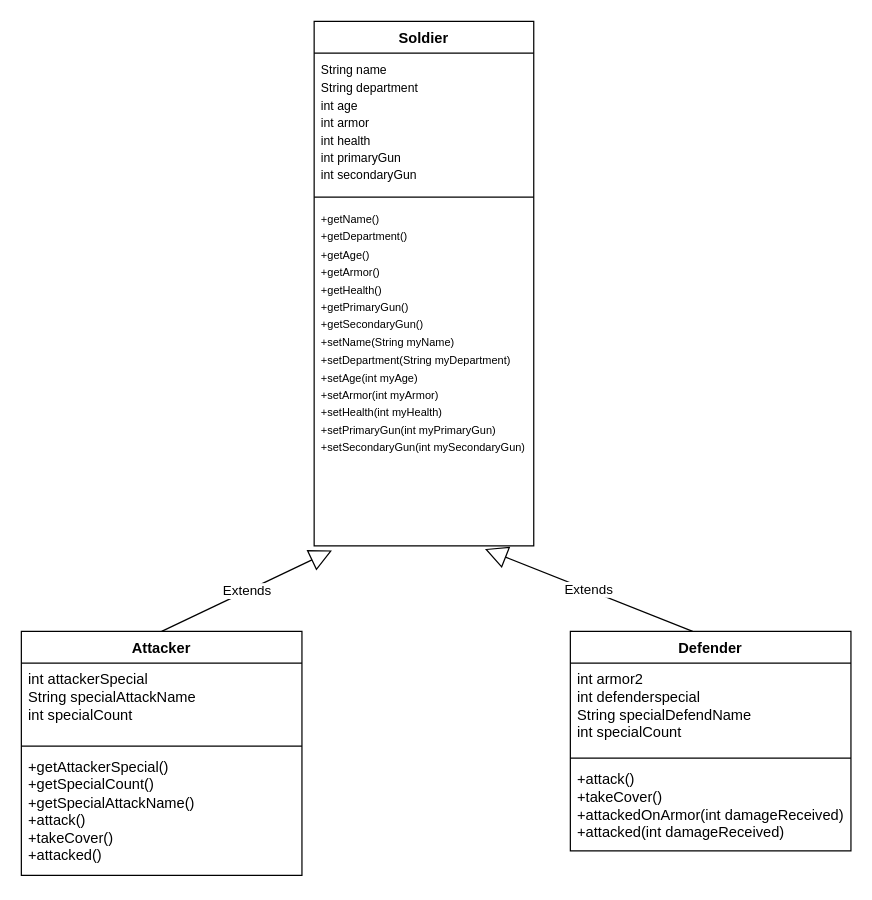
This is Untitled Diagram.drawio from yushika-j/MyWorkspace, a draw.io file, before an edit. Source tidied: cells renumbered, new cells numbered last; positions are measured from the earlier drawing's top-left corner, leaving out a move shared by most shapes. Both pictures are drawn from the tidied source at 122%, with x=0, y=0 at pixel (21, 21).
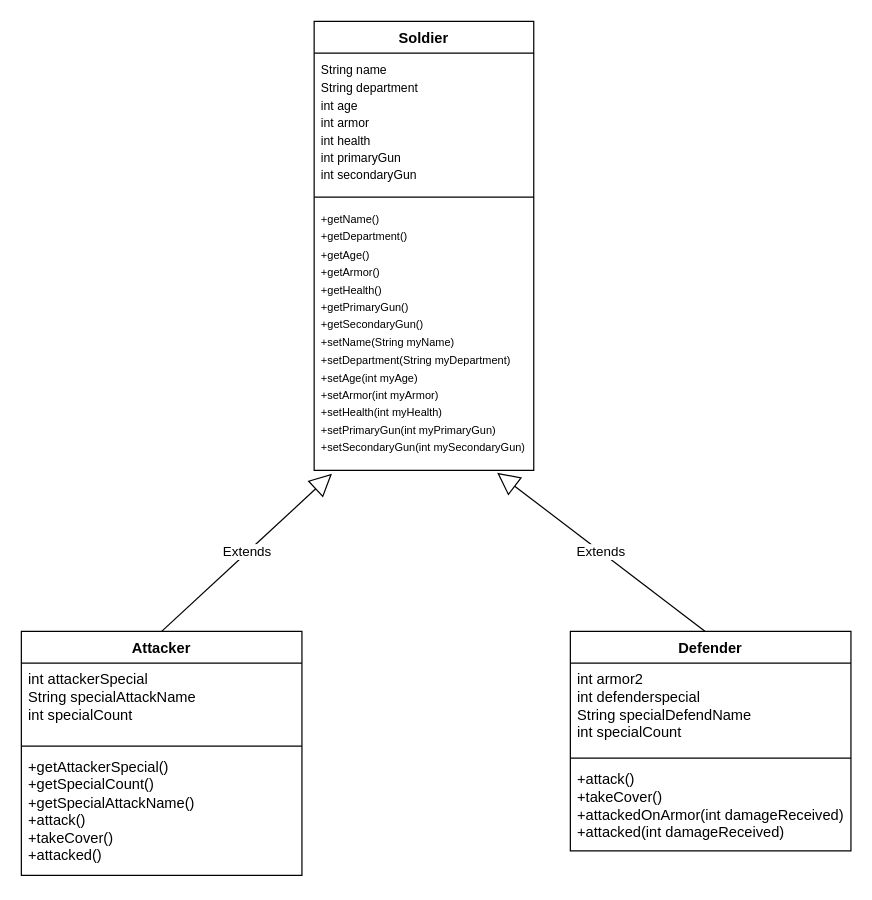
After the change.

Change to the diagram source:
```diff
@@
 <mxGraphModel>
   <root>
     <mxCell id="0" />
     <mxCell id="1" parent="0" />
     <mxCell id="2" value="Soldier" style="swimlane;fontStyle=1;align=center;verticalAlign=top;horizontal=1;startSize=26;whiteSpace=wrap;html=1;" parent="1" vertex="1">
-      <mxGeometry x="240" width="180" height="430" as="geometry" />
+      <mxGeometry x="240" width="180" height="368" as="geometry" />
     </mxCell>
     <mxCell id="3" value="&lt;font style=&quot;font-size: 10px;&quot;&gt;String name&lt;br&gt;String department&lt;br&gt;int age&lt;br&gt;int armor&lt;br&gt;int health&lt;br&gt;int primaryGun&lt;br&gt;int secondaryGun&lt;/font&gt;" style="text;strokeColor=none;fillColor=none;align=left;verticalAlign=top;spacingLeft=4;spacingRight=4;overflow=hidden;whiteSpace=wrap;html=1;" parent="2" vertex="1">
       <mxGeometry y="26" width="180" height="114" as="geometry" />
     </mxCell>
     <mxCell id="4" style="line;strokeWidth=1;fillColor=none;align=left;verticalAlign=middle;spacingTop=-1;spacingLeft=3;spacingRight=3;labelPosition=right;strokeColor=inherit;" parent="2" vertex="1">
       <mxGeometry y="140" width="180" height="8" as="geometry" />
     </mxCell>
     <mxCell id="5" value="&lt;font style=&quot;font-size: 9px;&quot;&gt;+getName()&lt;br&gt;+getDepartment()&lt;br&gt;+getAge()&lt;br&gt;+getArmor()&lt;br&gt;+getHealth()&lt;br&gt;+getPrimaryGun()&lt;br&gt;+getSecondaryGun()&lt;br&gt;+setName(String myName)&lt;br&gt;+setDepartment(String myDepartment)&lt;br&gt;+setAge(int myAge)&lt;br&gt;+setArmor(int myArmor)&lt;br&gt;+setHealth(int myHealth)&lt;br&gt;+setPrimaryGun(int myPrimaryGun)&lt;br&gt;+setSecondaryGun(int mySecondaryGun)&lt;/font&gt;" style="text;strokeColor=none;fillColor=none;align=left;verticalAlign=top;spacingLeft=4;spacingRight=4;overflow=hidden;points=[[0,0.5],[1,0.5]];portConstraint=eastwest;whiteSpace=wrap;html=1;" parent="2" vertex="1">
-      <mxGeometry y="148" width="180" height="282" as="geometry" />
+      <mxGeometry y="148" width="180" height="220" as="geometry" />
     </mxCell>
     <mxCell id="6" value="Attacker" style="swimlane;fontStyle=1;align=center;verticalAlign=top;horizontal=1;startSize=26;whiteSpace=wrap;html=1;" parent="1" vertex="1">
       <mxGeometry y="500" width="230" height="200" as="geometry" />
     </mxCell>
     <mxCell id="7" value="int attackerSpecial&lt;br&gt;String specialAttackName&lt;br&gt;int specialCount&lt;br&gt;" style="text;strokeColor=none;fillColor=none;align=left;verticalAlign=top;spacingLeft=4;spacingRight=4;overflow=hidden;whiteSpace=wrap;html=1;" parent="6" vertex="1">
       <mxGeometry y="26" width="230" height="64" as="geometry" />
     </mxCell>
     <mxCell id="8" style="line;strokeWidth=1;fillColor=none;align=left;verticalAlign=middle;spacingTop=-1;spacingLeft=3;spacingRight=3;labelPosition=right;strokeColor=inherit;" parent="6" vertex="1">
       <mxGeometry y="90" width="230" height="8" as="geometry" />
     </mxCell>
     <mxCell id="9" value="+getAttackerSpecial()&lt;br&gt;+getSpecialCount()&lt;br&gt;+getSpecialAttackName()&lt;br&gt;+attack()&lt;br&gt;+takeCover()&lt;br&gt;+attacked()" style="text;strokeColor=none;fillColor=none;align=left;verticalAlign=top;spacingLeft=4;spacingRight=4;overflow=hidden;whiteSpace=wrap;html=1;" parent="6" vertex="1">
       <mxGeometry y="98" width="230" height="102" as="geometry" />
     </mxCell>
     <mxCell id="10" value="Defender" style="swimlane;fontStyle=1;align=center;verticalAlign=top;horizontal=1;startSize=26;whiteSpace=wrap;html=1;" parent="1" vertex="1">
       <mxGeometry x="450" y="500" width="230" height="180" as="geometry" />
     </mxCell>
     <mxCell id="11" value="int armor2&lt;br&gt;int defenderspecial&lt;br&gt;String specialDefendName&lt;br&gt;int specialCount" style="text;strokeColor=none;fillColor=none;align=left;verticalAlign=top;spacingLeft=4;spacingRight=4;overflow=hidden;whiteSpace=wrap;html=1;" parent="10" vertex="1">
       <mxGeometry y="26" width="230" height="74" as="geometry" />
     </mxCell>
     <mxCell id="12" style="line;strokeWidth=1;fillColor=none;align=left;verticalAlign=middle;spacingTop=-1;spacingLeft=3;spacingRight=3;labelPosition=right;strokeColor=inherit;" parent="10" vertex="1">
       <mxGeometry y="100" width="230" height="8" as="geometry" />
     </mxCell>
     <mxCell id="13" value="+attack()&lt;br&gt;+takeCover()&lt;br&gt;+attackedOnArmor(int damageReceived)&lt;br&gt;+attacked(int damageReceived)&lt;br&gt;" style="text;strokeColor=none;fillColor=none;align=left;verticalAlign=top;spacingLeft=4;spacingRight=4;overflow=hidden;whiteSpace=wrap;html=1;" parent="10" vertex="1">
       <mxGeometry y="108" width="230" height="72" as="geometry" />
     </mxCell>
-    <mxCell id="14" value="Extends" style="endArrow=block;endSize=16;endFill=0;html=1;rounded=0;entryX=0.827;entryY=1.009;entryDx=0;entryDy=0;entryPerimeter=0;exitX=0.5;exitY=0;exitDx=0;exitDy=0;" parent="1" edge="1">
+    <mxCell id="14" value="Extends" style="endArrow=block;endSize=16;endFill=0;html=1;rounded=0;exitX=0.5;exitY=0;exitDx=0;exitDy=0;" parent="1" edge="1">
       <mxGeometry relative="1" as="geometry">
-        <mxPoint x="550.3" y="500" as="sourcePoint" />
-        <mxPoint x="380" y="432.5" as="targetPoint" />
+        <mxPoint x="560.3" y="500" as="sourcePoint" />
+        <mxPoint x="390" y="370" as="targetPoint" />
       </mxGeometry>
     </mxCell>
     <mxCell id="15" value="Extends" style="endArrow=block;endSize=16;endFill=0;html=1;rounded=0;exitX=0.5;exitY=0;exitDx=0;exitDy=0;entryX=0.081;entryY=1.013;entryDx=0;entryDy=0;entryPerimeter=0;" parent="1" edge="1" source="6" target="5">
       <mxGeometry relative="1" as="geometry" />
     </mxCell>
   </root>
 </mxGraphModel>
```
